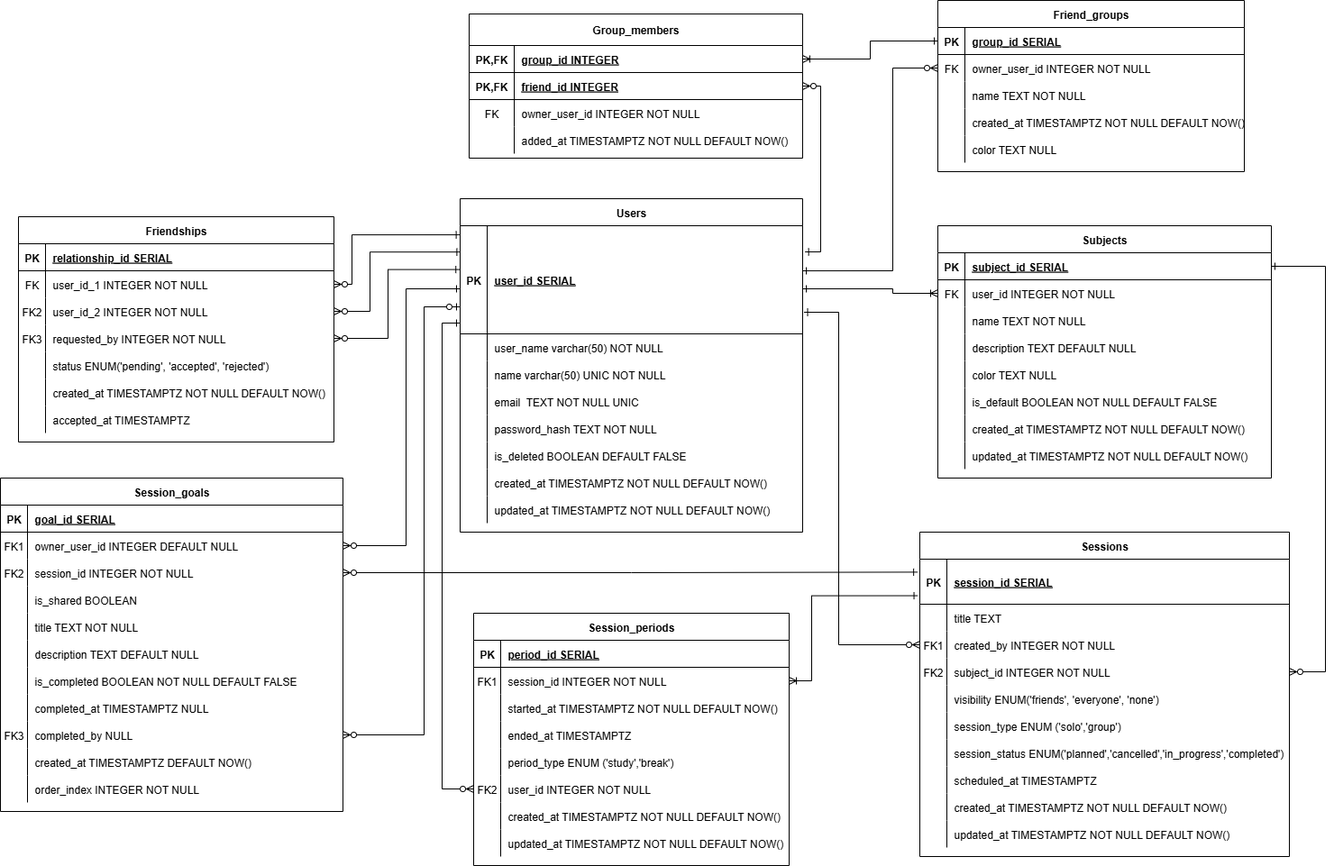
Before: docs/ERD.png, a diagram exported from draw.io (Melixsa-vv/study-app). Source tidied: cells renumbered, new cells last; positions are measured from the earlier drawing's top-left corner, leaving out a move shared by most shapes.
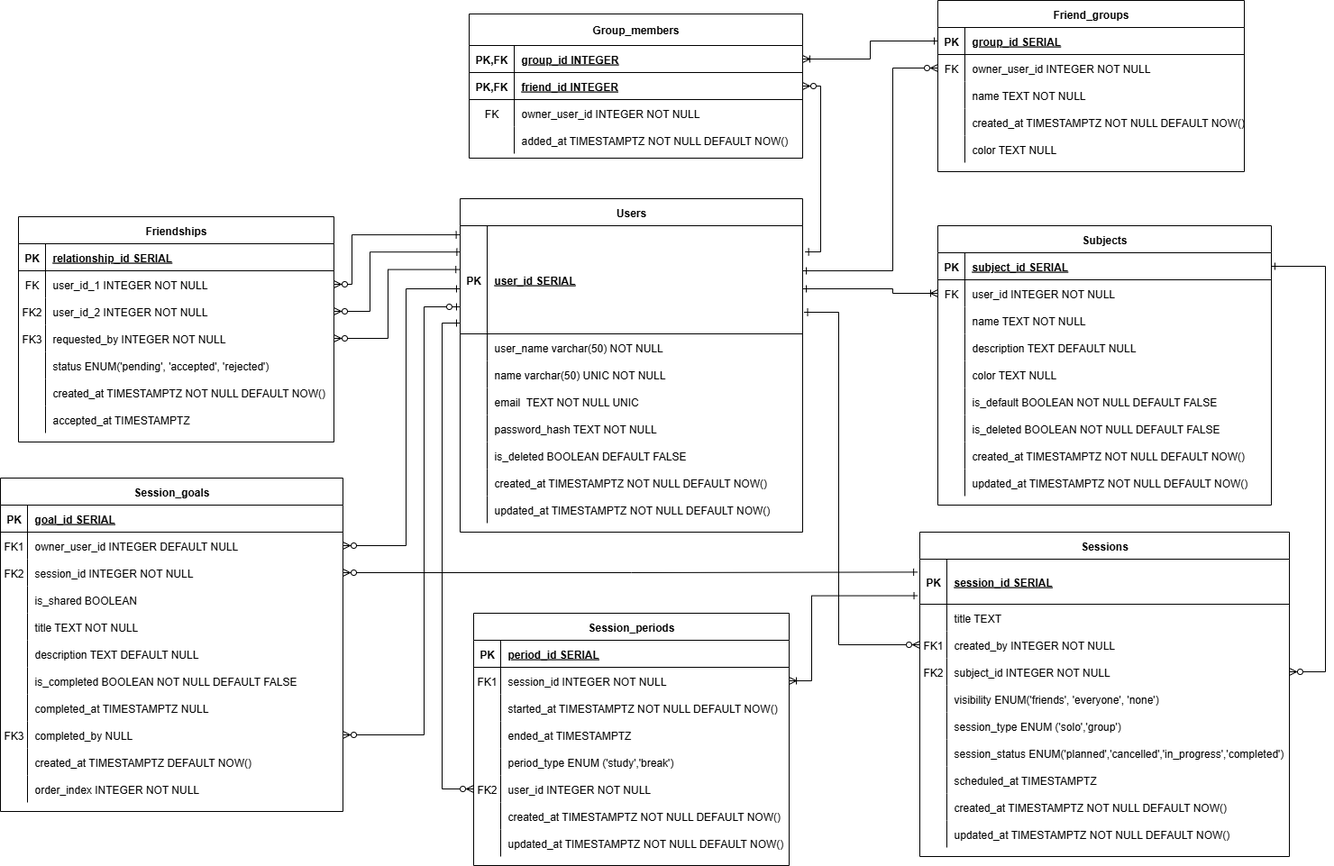
Above is the later version.

Commit message:
refactor(schemas): update  schemas and add Token and Period schemas

Diff of the diagram source:
```diff
@@ -273,7 +273,7 @@
       <mxGeometry x="30" width="350" height="30" as="geometry" />
     </mxCell>
     <mxCell id="92" value="Subjects" style="shape=table;startSize=30;rowLines=0;fontStyle=1;align=center;" parent="1" vertex="1">
-      <mxGeometry x="1040" y="250" width="370" height="280" as="geometry" />
+      <mxGeometry x="1040" y="250" width="370" height="310" as="geometry" />
     </mxCell>
     <mxCell id="93" style="shape=partialRectangle;fillColor=none;points=[[0,0.5],[1,0.5]];portConstraint=eastwest;top=0;left=0;right=0;bottom=1;" parent="92" vertex="1">
       <mxGeometry y="30" width="370" height="30" as="geometry" />
@@ -329,8 +329,17 @@
     <mxCell id="110" value="is_default BOOLEAN NOT NULL DEFAULT FALSE" style="shape=partialRectangle;overflow=hidden;fillColor=none;top=0;left=0;bottom=0;right=0;align=left;spacingLeft=6;" parent="108" vertex="1">
       <mxGeometry x="30" width="340" height="30" as="geometry" />
     </mxCell>
+    <mxCell id="207" style="shape=partialRectangle;fillColor=none;top=0;left=0;right=0;bottom=0;" parent="92" vertex="1">
+      <mxGeometry y="210" width="370" height="30" as="geometry" />
+    </mxCell>
+    <mxCell id="208" style="shape=partialRectangle;overflow=hidden;fillColor=none;top=0;left=0;bottom=0;right=0;" parent="207" vertex="1">
+      <mxGeometry width="30" height="30" as="geometry" />
+    </mxCell>
+    <mxCell id="209" value="is_deleted BOOLEAN NOT NULL DEFAULT FALSE" style="shape=partialRectangle;overflow=hidden;fillColor=none;top=0;left=0;bottom=0;right=0;align=left;spacingLeft=6;" parent="207" vertex="1">
+      <mxGeometry x="30" width="340" height="30" as="geometry" />
+    </mxCell>
     <mxCell id="111" style="shape=partialRectangle;fillColor=none;top=0;left=0;right=0;bottom=0;" parent="92" vertex="1">
-      <mxGeometry y="210" width="370" height="30" as="geometry" />
+      <mxGeometry y="240" width="370" height="30" as="geometry" />
     </mxCell>
     <mxCell id="112" style="shape=partialRectangle;overflow=hidden;fillColor=none;top=0;left=0;bottom=0;right=0;" parent="111" vertex="1">
       <mxGeometry width="30" height="30" as="geometry" />
@@ -339,7 +348,7 @@
       <mxGeometry x="30" width="340" height="30" as="geometry" />
     </mxCell>
     <mxCell id="114" style="shape=partialRectangle;fillColor=none;top=0;left=0;right=0;bottom=0;" parent="92" vertex="1">
-      <mxGeometry y="240" width="370" height="30" as="geometry" />
+      <mxGeometry y="270" width="370" height="30" as="geometry" />
     </mxCell>
     <mxCell id="115" style="shape=partialRectangle;overflow=hidden;fillColor=none;top=0;left=0;bottom=0;right=0;" parent="114" vertex="1">
       <mxGeometry width="30" height="30" as="geometry" />
```
